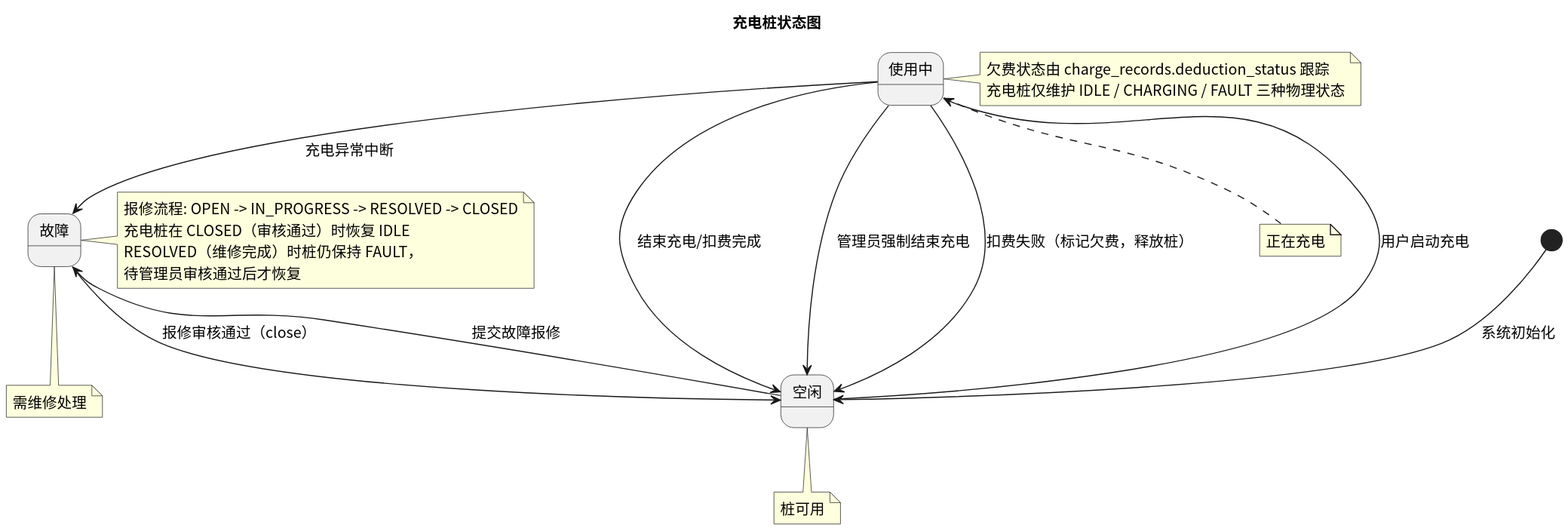
Earlier version of the PlantUML export status/img/state_charger.svg (greenhandzdl/charging-station-doc).
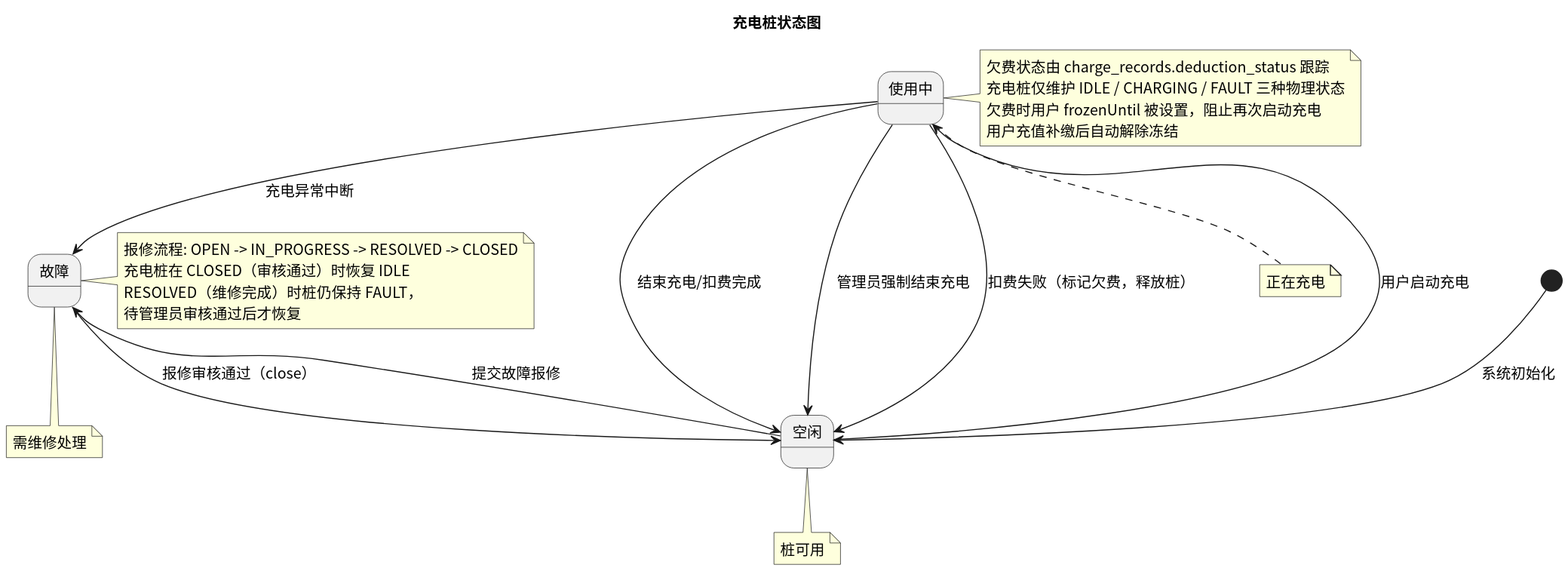
Later version of the same file.

Change to the diagram source:
```diff
@@ -20,7 +20,7 @@
 note bottom of CHARGING : 正在充电
 note bottom of FAULT : 需维修处理
 
-note right of CHARGING : 欠费状态由 charge_records.deduction_status 跟踪\n充电桩仅维护 IDLE / CHARGING / FAULT 三种物理状态
+note right of CHARGING : 欠费状态由 charge_records.deduction_status 跟踪\n充电桩仅维护 IDLE / CHARGING / FAULT 三种物理状态\n欠费时用户 frozenUntil 被设置，阻止再次启动充电\n用户充值补缴后自动解除冻结
 
 note right of FAULT : 报修流程: OPEN -> IN_PROGRESS -> RESOLVED -> CLOSED\n充电桩在 CLOSED（审核通过）时恢复 IDLE\nRESOLVED（维修完成）时桩仍保持 FAULT，\n待管理员审核通过后才恢复
 @enduml
```
